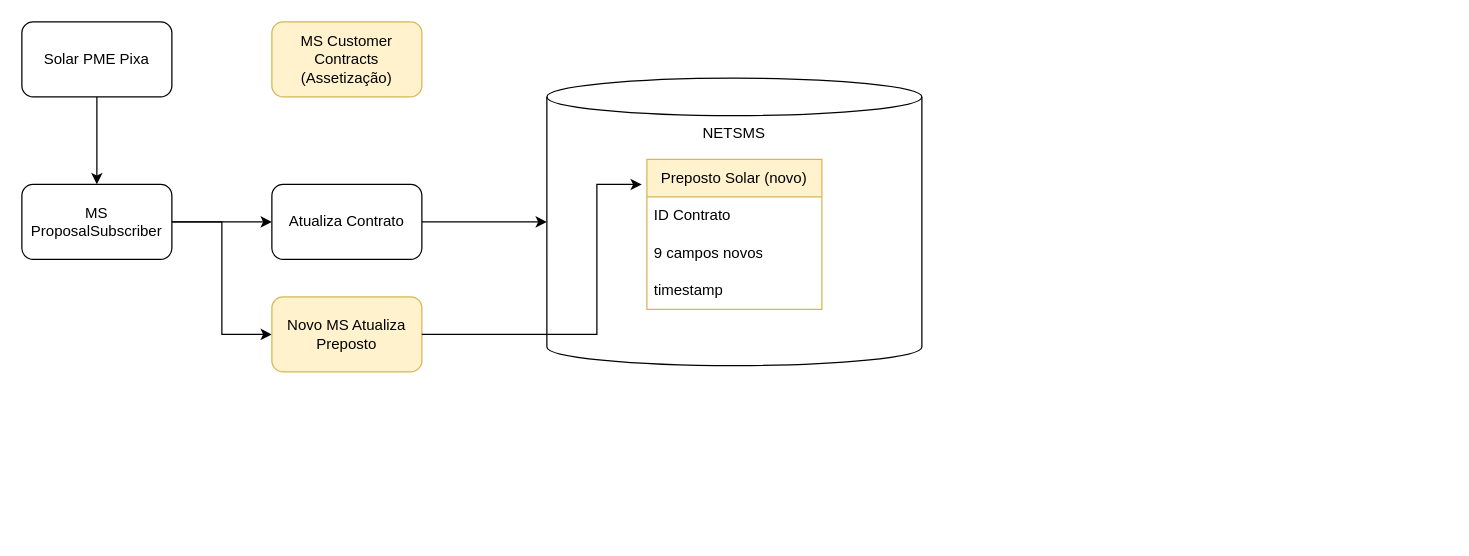
This is page "Cenário 1" (1 of 2) of Solar PME - Dados de contatos cliente PJ.drawio from samirali/ClaroBrasil, a draw.io file, before an edit. Source tidied: cells renumbered, new cells numbered last; positions are measured from the earlier drawing's top-left corner, leaving out a move shared by most shapes. Both pictures are drawn from the tidied source at 125%, with x=0, y=0 at pixel (21, 21).
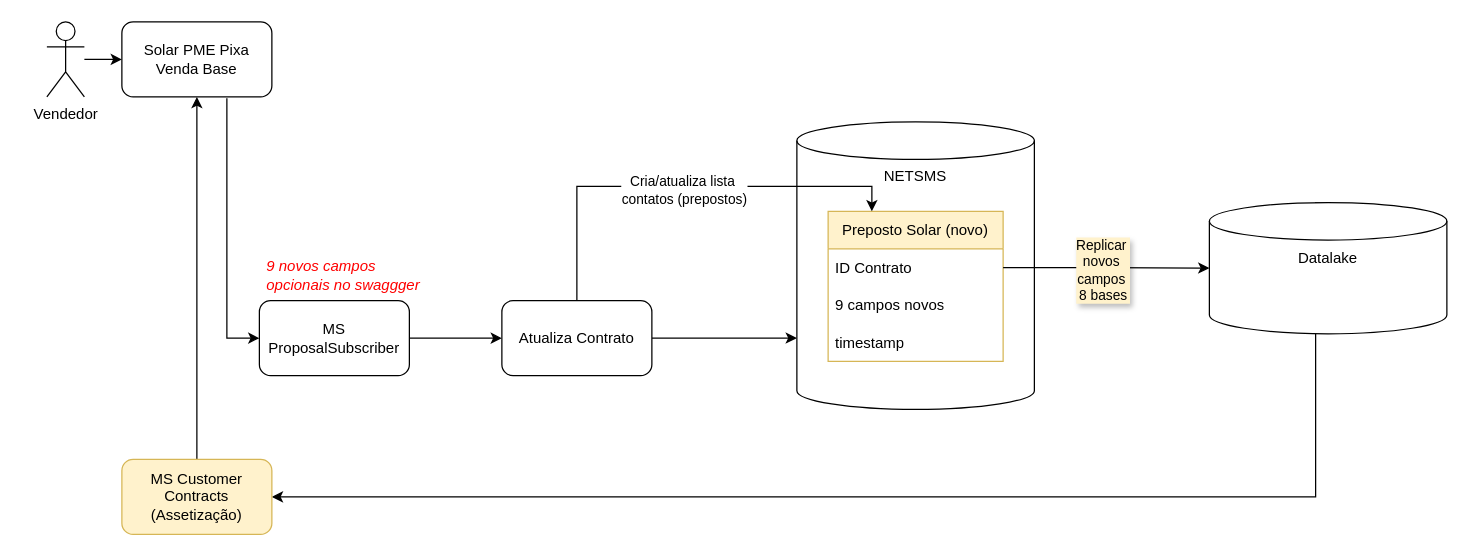
The same diagram, later.

Unchanged cells that the change refers to:
```xml
<mxCell id="12" value="ID Contrato" style="text;strokeColor=none;fillColor=none;align=left;verticalAlign=middle;spacingLeft=4;spacingRight=4;overflow=hidden;points=[[0,0.5],[1,0.5]];portConstraint=eastwest;whiteSpace=wrap;html=1;" parent="11" vertex="1">
  <mxGeometry y="30" width="140" height="30" as="geometry" />
</mxCell>
```

What changed in the source:
```diff
@@
-    <mxCell id="2" style="edgeStyle=orthogonalEdgeStyle;rounded=0;jettySize=auto;html=1;" parent="1" edge="1" source="3" target="6">
-      <mxGeometry relative="1" as="geometry" />
+    <mxCell id="2" style="edgeStyle=orthogonalEdgeStyle;rounded=0;jettySize=auto;html=1;exitX=0.7;exitY=1.017;exitDx=0;exitDy=0;exitPerimeter=0;" parent="1" edge="1" source="3" target="6">
+      <mxGeometry relative="1" as="geometry">
+        <Array as="points">
+          <mxPoint x="164" y="253" />
+        </Array>
+      </mxGeometry>
     </mxCell>
-    <mxCell id="3" value="Solar PME Pixa" style="rounded=1;whiteSpace=wrap;html=1;" parent="1" vertex="1">
-      <mxGeometry width="120" height="60" as="geometry" />
+    <mxCell id="3" value="Solar PME Pixa&lt;div&gt;Venda Base&lt;/div&gt;" style="rounded=1;whiteSpace=wrap;html=1;" parent="1" vertex="1">
+      <mxGeometry x="80" width="120" height="60" as="geometry" />
     </mxCell>
     <mxCell id="4" style="edgeStyle=orthogonalEdgeStyle;rounded=0;jettySize=auto;html=1;" parent="1" edge="1" source="6" target="9">
-      <mxGeometry relative="1" as="geometry" />
+      <mxGeometry relative="1" as="geometry">
+        <Array as="points">
+          <mxPoint x="240" y="250" />
+        </Array>
+      </mxGeometry>
     </mxCell>
-    <mxCell id="5" style="edgeStyle=orthogonalEdgeStyle;rounded=0;jettySize=auto;html=1;entryX=0;entryY=0.5;entryDx=0;entryDy=0;" parent="1" edge="1" source="6" target="7">
-      <mxGeometry relative="1" as="geometry" />
-    </mxCell>
     <mxCell id="6" value="MS ProposalSubscriber" style="whiteSpace=wrap;html=1;rounded=1;" parent="1" vertex="1">
-      <mxGeometry y="130" width="120" height="60" as="geometry" />
+      <mxGeometry x="190" y="223" width="120" height="60" as="geometry" />
     </mxCell>
-    <mxCell id="7" value="Novo MS Atualiza Preposto" style="whiteSpace=wrap;html=1;rounded=1;fillColor=#fff2cc;strokeColor=#d6b656;" parent="1" vertex="1">
-      <mxGeometry x="200" y="220" width="120" height="60" as="geometry" />
-    </mxCell>
-    <mxCell id="8" style="edgeStyle=orthogonalEdgeStyle;rounded=0;jettySize=auto;html=1;" parent="1" edge="1" source="9" target="10">
+    <mxCell id="8" style="edgeStyle=orthogonalEdgeStyle;rounded=0;jettySize=auto;html=1;entryX=0;entryY=0.752;entryDx=0;entryDy=0;entryPerimeter=0;" parent="1" edge="1" source="9" target="10">
       <mxGeometry relative="1" as="geometry" />
     </mxCell>
     <mxCell id="9" value="Atualiza Contrato" style="whiteSpace=wrap;html=1;rounded=1;" parent="1" vertex="1">
-      <mxGeometry x="200" y="130" width="120" height="60" as="geometry" />
+      <mxGeometry x="384" y="223" width="120" height="60" as="geometry" />
     </mxCell>
     <mxCell id="10" value="NETSMS" style="shape=cylinder3;whiteSpace=wrap;html=1;boundedLbl=1;backgroundOutline=1;size=15;verticalAlign=top;" parent="1" vertex="1">
-      <mxGeometry x="420" y="45" width="300" height="230" as="geometry" />
+      <mxGeometry x="620" y="80" width="190" height="230" as="geometry" />
     </mxCell>
+    <mxCell id="17" style="edgeStyle=orthogonalEdgeStyle;rounded=0;jettySize=auto;html=1;entryX=1;entryY=0.5;entryDx=0;entryDy=0;exitX=0.5;exitY=0;exitDx=0;exitDy=0;exitPerimeter=0;" parent="1" edge="1" source="19" target="16">
+      <mxGeometry relative="1" as="geometry">
+        <Array as="points">
+          <mxPoint x="1035" y="380" />
+        </Array>
+      </mxGeometry>
+    </mxCell>
     <mxCell id="11" value="Preposto Solar (novo)" style="swimlane;fontStyle=0;horizontal=1;startSize=30;whiteSpace=wrap;html=1;fillColor=#fff2cc;strokeColor=#d6b656;" parent="1" vertex="1">
-      <mxGeometry x="500" y="110" width="140" height="120" as="geometry" />
+      <mxGeometry x="645" y="151.5" width="140" height="120" as="geometry" />
     </mxCell>
@@
-    <mxCell id="15" style="edgeStyle=orthogonalEdgeStyle;rounded=0;jettySize=auto;html=1;entryX=-0.029;entryY=0.167;entryDx=0;entryDy=0;entryPerimeter=0;" parent="1" edge="1" source="7" target="11">
-      <mxGeometry relative="1" as="geometry">
-        <Array as="points">
-          <mxPoint x="460" y="250" />
-          <mxPoint x="460" y="130" />
-        </Array>
-      </mxGeometry>
-    </mxCell>
+    <mxCell id="18" style="edgeStyle=orthogonalEdgeStyle;rounded=0;jettySize=auto;html=1;entryX=0.5;entryY=1;entryDx=0;entryDy=0;" parent="1" edge="1" source="16" target="3">
+      <mxGeometry relative="1" as="geometry" />
+    </mxCell>
     <mxCell id="16" value="MS Customer Contracts (Assetização)" style="whiteSpace=wrap;html=1;rounded=1;fillColor=#fff2cc;strokeColor=#d6b656;" parent="1" vertex="1">
-      <mxGeometry x="200" width="120" height="60" as="geometry" />
+      <mxGeometry x="80" y="350" width="120" height="60" as="geometry" />
     </mxCell>
+    <mxCell id="19" value="Datalake" style="shape=cylinder3;whiteSpace=wrap;html=1;boundedLbl=1;backgroundOutline=1;size=15;verticalAlign=top;" parent="1" vertex="1">
+      <mxGeometry x="950" y="144.5" width="190" height="105" as="geometry" />
+    </mxCell>
+    <mxCell id="20" style="edgeStyle=orthogonalEdgeStyle;rounded=0;jettySize=auto;html=1;entryX=0;entryY=0.5;entryDx=0;entryDy=0;entryPerimeter=0;" parent="1" edge="1" source="12" target="19">
+      <mxGeometry relative="1" as="geometry" />
+    </mxCell>
+    <mxCell id="21" value="Replicar&amp;nbsp;&lt;div&gt;novos&amp;nbsp;&lt;/div&gt;&lt;div&gt;campos&amp;nbsp;&lt;/div&gt;&lt;div&gt;8 bases&lt;/div&gt;" style="edgeLabel;html=1;align=center;verticalAlign=middle;textShadow=1;labelBackgroundColor=light-dark(#fff2cc, #ededed);" parent="20" vertex="1">
+      <mxGeometry x="-0.05" y="-2" relative="1" as="geometry" />
+    </mxCell>
+    <mxCell id="22" style="edgeStyle=orthogonalEdgeStyle;rounded=0;jettySize=auto;html=1;entryX=0;entryY=0.5;entryDx=0;entryDy=0;" parent="1" edge="1" source="23" target="3">
+      <mxGeometry relative="1" as="geometry" />
+    </mxCell>
+    <mxCell id="23" value="Vendedor" style="shape=umlActor;verticalLabelPosition=bottom;verticalAlign=top;html=1;outlineConnect=0;" parent="1" vertex="1">
+      <mxGeometry x="20" width="30" height="60" as="geometry" />
+    </mxCell>
+    <mxCell id="24" style="edgeStyle=orthogonalEdgeStyle;rounded=0;jettySize=auto;html=1;entryX=0.25;entryY=0;entryDx=0;entryDy=0;exitX=0.5;exitY=0;exitDx=0;exitDy=0;" parent="1" edge="1" source="9" target="11">
+      <mxGeometry relative="1" as="geometry" />
+    </mxCell>
+    <mxCell id="25" value="Cria/atualiza lista&amp;nbsp;&lt;div&gt;contatos (prepostos)&lt;/div&gt;" style="edgeLabel;html=1;align=center;verticalAlign=middle;" parent="24" vertex="1">
+      <mxGeometry x="0.02" y="-2" relative="1" as="geometry">
+        <mxPoint y="1" as="offset" />
+      </mxGeometry>
+    </mxCell>
+    <mxCell id="26" value="9 novos campos opcionais no swaggger" style="text;strokeColor=none;fillColor=none;align=left;verticalAlign=middle;spacingLeft=4;spacingRight=4;overflow=hidden;whiteSpace=wrap;html=1;fontStyle=2;fontColor=#FF0000;" parent="1" vertex="1">
+      <mxGeometry x="190" y="183" width="140" height="40" as="geometry" />
+    </mxCell>
```
